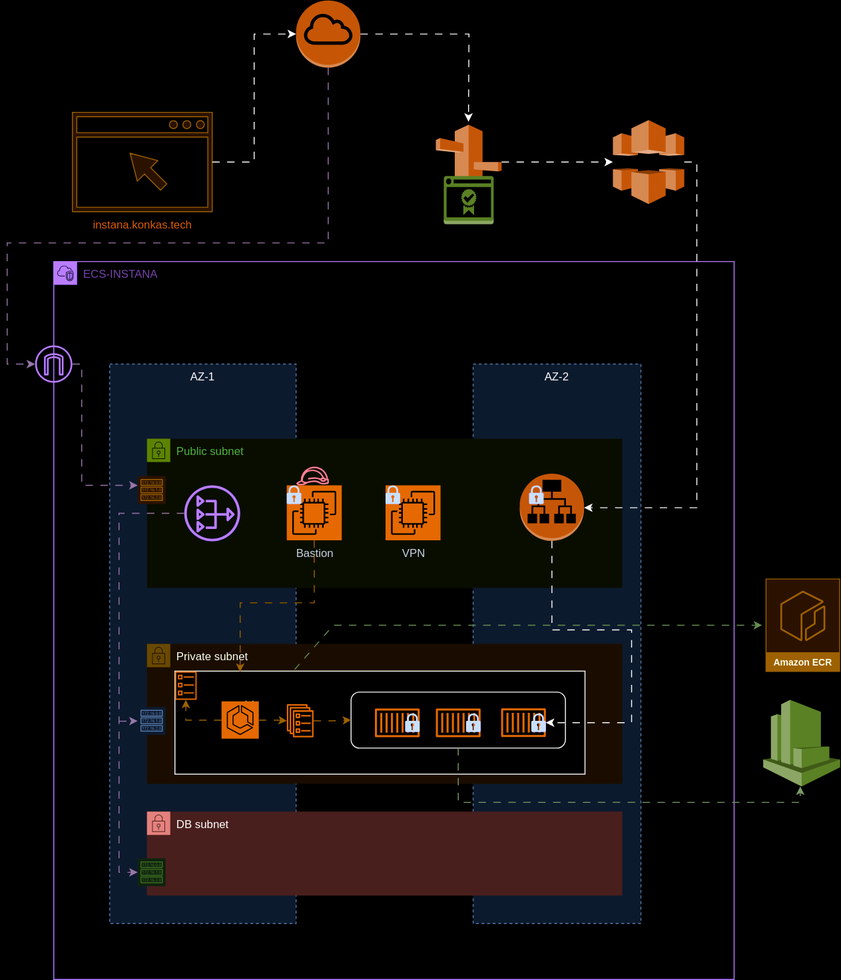
Above: images/infra.drawio.svg in ullagallu123/infra-instana-ecs (draw.io), before the change. Source tidied: cells renumbered, new cells last; positions are measured from the earlier drawing's top-left corner, leaving out a move shared by most shapes.
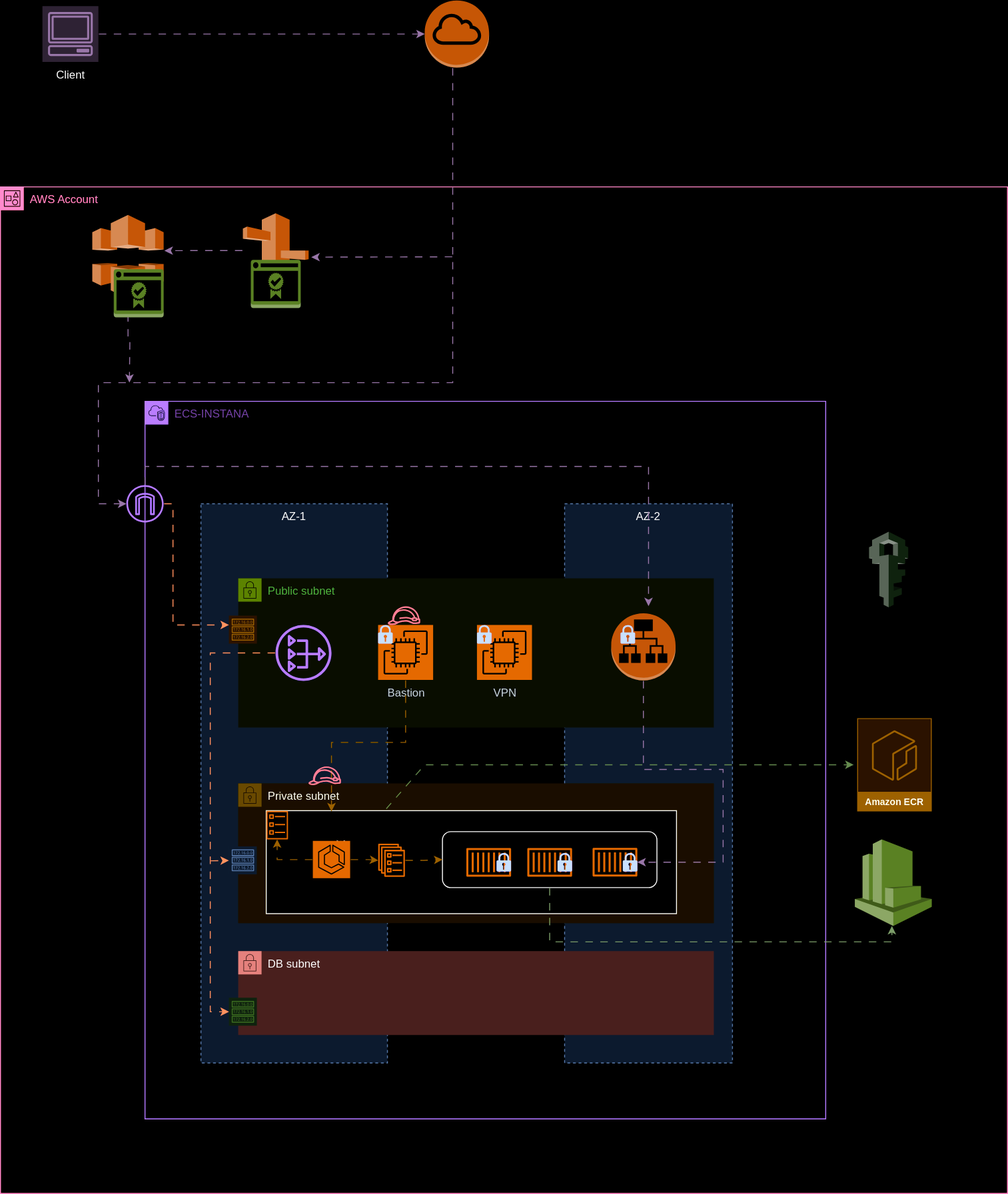
The same file after the commit.

The edit, as a diff of the source:
```diff
@@ -110,7 +110,7 @@
         </Array>
       </mxGeometry>
     </mxCell>
-    <mxCell id="35" style="edgeStyle=orthogonalEdgeStyle;rounded=0;jettySize=auto;html=1;entryX=1;entryY=0.5;entryDx=0;entryDy=0;entryPerimeter=0;flowAnimation=1;fillColor=#dae8fc;strokeColor=#000000;" parent="2" edge="1" source="32" target="20">
+    <mxCell id="35" style="edgeStyle=orthogonalEdgeStyle;rounded=0;jettySize=auto;html=1;entryX=1;entryY=0.5;entryDx=0;entryDy=0;entryPerimeter=0;flowAnimation=1;fillColor=#e1d5e7;strokeColor=#9673a6;" parent="2" edge="1" source="32" target="20">
       <mxGeometry relative="1" as="geometry">
         <Array as="points">
           <mxPoint x="535" y="395" />
@@ -122,7 +122,7 @@
     <mxCell id="36" style="sketch=0;strokeColor=#d79b00;fillColor=#ffe6cc;dashed=0;verticalLabelPosition=bottom;verticalAlign=top;align=center;html=1;fontSize=12;fontStyle=0;shape=mxgraph.aws4.resourceIcon;resIcon=mxgraph.aws4.route_table;" parent="2" vertex="1">
       <mxGeometry x="90" y="230" width="30" height="30" as="geometry" />
     </mxCell>
-    <mxCell id="37" style="edgeStyle=orthogonalEdgeStyle;rounded=0;jettySize=auto;html=1;flowAnimation=1;fillColor=#e1d5e7;strokeColor=#9673a6;" parent="2" edge="1" source="31">
+    <mxCell id="37" style="edgeStyle=orthogonalEdgeStyle;rounded=0;jettySize=auto;html=1;flowAnimation=1;fillColor=#fa6800;strokeColor=#C73500;" parent="2" edge="1" source="31">
       <mxGeometry relative="1" as="geometry">
         <mxPoint x="90" y="240" as="targetPoint" />
         <Array as="points">
@@ -131,7 +131,7 @@
         </Array>
       </mxGeometry>
     </mxCell>
-    <mxCell id="38" style="edgeStyle=orthogonalEdgeStyle;rounded=0;jettySize=auto;html=1;flowAnimation=1;fillColor=#e1d5e7;strokeColor=#9673a6;" parent="2" edge="1" source="11" target="30">
+    <mxCell id="38" style="edgeStyle=orthogonalEdgeStyle;rounded=0;jettySize=auto;html=1;flowAnimation=1;fillColor=#fa6800;strokeColor=#C73500;" parent="2" edge="1" source="11" target="30">
       <mxGeometry relative="1" as="geometry">
         <Array as="points">
           <mxPoint x="70" y="270" />
@@ -139,51 +139,31 @@
         </Array>
       </mxGeometry>
     </mxCell>
-    <mxCell id="39" style="endArrow=classic;html=1;rounded=0;flowAnimation=1;fillColor=#e1d5e7;strokeColor=#9673a6;" parent="2" edge="1" target="28">
+    <mxCell id="39" style="endArrow=classic;html=1;rounded=0;flowAnimation=1;fillColor=#fa6800;strokeColor=#C73500;" parent="2" edge="1" target="28">
       <mxGeometry relative="1" as="geometry">
         <mxPoint x="70" y="493" as="sourcePoint" />
       </mxGeometry>
     </mxCell>
-    <mxCell id="40" style="edgeStyle=orthogonalEdgeStyle;rounded=0;jettySize=auto;html=1;flowAnimation=1;exitX=1;exitY=0.5;exitDx=0;exitDy=0;exitPerimeter=0;fillColor=#dae8fc;strokeColor=#000000;" parent="1" edge="1" source="41" target="32">
-      <mxGeometry relative="1" as="geometry">
-        <Array as="points">
-          <mxPoint x="740" y="173" />
-          <mxPoint x="740" y="544" />
-        </Array>
-      </mxGeometry>
-    </mxCell>
-    <mxCell id="41" style="outlineConnect=0;dashed=0;verticalLabelPosition=bottom;verticalAlign=top;align=center;html=1;shape=mxgraph.aws3.cloudfront;fillColor=#F58536;gradientColor=none;" parent="1" vertex="1">
-      <mxGeometry x="650" y="128.2" width="76.5" height="90" as="geometry" />
-    </mxCell>
-    <mxCell id="42" style="edgeStyle=orthogonalEdgeStyle;rounded=0;jettySize=auto;html=1;flowAnimation=1;fillColor=#dae8fc;strokeColor=#000000;" parent="1" edge="1" source="43" target="41">
-      <mxGeometry relative="1" as="geometry" />
-    </mxCell>
-    <mxCell id="43" style="outlineConnect=0;dashed=0;verticalLabelPosition=bottom;verticalAlign=top;align=center;html=1;shape=mxgraph.aws3.route_53;fillColor=#F58536;gradientColor=none;" parent="1" vertex="1">
-      <mxGeometry x="460" y="133.2" width="70.5" height="80" as="geometry" />
-    </mxCell>
-    <mxCell id="44" value="&lt;font color=&quot;#ff8000&quot;&gt;instana.konkas.tech&lt;/font&gt;" style="sketch=0;shadow=0;dashed=0;html=1;strokeColor=#d79b00;fillColor=#ffe6cc;labelPosition=center;verticalLabelPosition=bottom;verticalAlign=top;align=center;outlineConnect=0;shape=mxgraph.vvd.web_browser;" parent="1" vertex="1">
-      <mxGeometry x="70" y="120" width="150" height="106.5" as="geometry" />
-    </mxCell>
+    <mxCell id="54" style="edgeStyle=orthogonalEdgeStyle;rounded=0;jettySize=auto;html=1;entryX=0.5;entryY=0.183;entryDx=0;entryDy=0;entryPerimeter=0;flowAnimation=1;fillColor=#e1d5e7;strokeColor=#9673a6;" parent="2" edge="1" source="31" target="4">
+      <mxGeometry relative="1" as="geometry">
+        <Array as="points">
+          <mxPoint y="70" />
+          <mxPoint x="540" y="70" />
+        </Array>
+      </mxGeometry>
+    </mxCell>
     <mxCell id="45" style="edgeStyle=orthogonalEdgeStyle;rounded=0;jettySize=auto;html=1;fillColor=#e1d5e7;strokeColor=#9673a6;flowAnimation=1;" parent="1" edge="1" source="46" target="31">
       <mxGeometry relative="1" as="geometry">
         <Array as="points">
-          <mxPoint x="344" y="260" />
+          <mxPoint x="380" y="260" />
           <mxPoint y="260" />
           <mxPoint y="390" />
         </Array>
       </mxGeometry>
     </mxCell>
     <mxCell id="46" style="outlineConnect=0;dashed=0;verticalLabelPosition=bottom;verticalAlign=top;align=center;html=1;shape=mxgraph.aws3.internet_gateway;fillColor=#F58534;gradientColor=none;" parent="1" vertex="1">
-      <mxGeometry x="310" width="69" height="72" as="geometry" />
+      <mxGeometry x="350" y="-150" width="69" height="72" as="geometry" />
     </mxCell>
-    <mxCell id="47" style="edgeStyle=orthogonalEdgeStyle;rounded=0;jettySize=auto;html=1;entryX=0;entryY=0.5;entryDx=0;entryDy=0;entryPerimeter=0;flowAnimation=1;fillColor=#dae8fc;strokeColor=#000000;" parent="1" edge="1" source="44" target="46">
-      <mxGeometry relative="1" as="geometry" />
-    </mxCell>
-    <mxCell id="48" style="edgeStyle=orthogonalEdgeStyle;rounded=0;jettySize=auto;html=1;flowAnimation=1;fillColor=#dae8fc;strokeColor=#000000;" parent="1" edge="1" source="46">
-      <mxGeometry relative="1" as="geometry">
-        <mxPoint x="495" y="130" as="targetPoint" />
-      </mxGeometry>
-    </mxCell>
     <mxCell id="49" style="outlineConnect=0;dashed=0;verticalLabelPosition=bottom;verticalAlign=top;align=center;html=1;shape=mxgraph.aws3.cloudwatch;fillColor=#759C3E;gradientColor=none;" parent="1" vertex="1">
       <mxGeometry x="811.2" y="750" width="82.5" height="93" as="geometry" />
     </mxCell>
@@ -195,9 +175,6 @@
         </Array>
       </mxGeometry>
     </mxCell>
-    <mxCell id="51" style="dashed=0;verticalLabelPosition=bottom;verticalAlign=top;align=center;html=1;shape=mxgraph.aws3.certificate_manager_2;fillColor=#759C3E;gradientColor=none;" parent="1" vertex="1">
-      <mxGeometry x="468.5" y="188.2" width="53.5" height="51.8" as="geometry" />
-    </mxCell>
     <mxCell id="52" value="Amazon ECR" style="sketch=0;strokeColor=#d79b00;fillColor=#ffe6cc;dashed=0;verticalLabelPosition=middle;verticalAlign=bottom;align=center;html=1;whiteSpace=wrap;fontSize=10;fontStyle=1;spacing=3;shape=mxgraph.aws4.productIcon;prIcon=mxgraph.aws4.ecr;" parent="1" vertex="1">
       <mxGeometry x="813.8" y="620" width="80" height="100" as="geometry" />
     </mxCell>
@@ -210,5 +187,45 @@
         </Array>
       </mxGeometry>
     </mxCell>
+    <mxCell id="55" value="AWS Account" style="gradientColor=none;html=1;whiteSpace=wrap;fontSize=12;fontStyle=0;shape=mxgraph.aws4.group;grIcon=mxgraph.aws4.group_account;strokeColor=#CD2264;fillColor=none;verticalAlign=top;align=left;spacingLeft=30;fontColor=#CD2264;dashed=0;" parent="1" vertex="1">
+      <mxGeometry x="-105" y="50" width="1080" height="1080" as="geometry" />
+    </mxCell>
+    <mxCell id="56" style="sketch=0;fontColor=#232F3E;gradientColor=none;fillColor=#DD344C;strokeColor=none;dashed=0;verticalLabelPosition=bottom;verticalAlign=top;align=center;html=1;fontSize=12;fontStyle=0;shape=mxgraph.aws4.role;" parent="55" vertex="1">
+      <mxGeometry x="330" y="621.8" width="35.5" height="20" as="geometry" />
+    </mxCell>
+    <mxCell id="57" style="dashed=0;verticalLabelPosition=bottom;verticalAlign=top;align=center;html=1;shape=mxgraph.aws3.iam;fillColor=#d5e8d4;strokeColor=#82b366;" parent="55" vertex="1">
+      <mxGeometry x="931.5" y="370" width="42" height="81" as="geometry" />
+    </mxCell>
+    <mxCell id="43" style="outlineConnect=0;dashed=0;verticalLabelPosition=bottom;verticalAlign=top;align=center;html=1;shape=mxgraph.aws3.route_53;fillColor=#F58536;gradientColor=none;" parent="55" vertex="1">
+      <mxGeometry x="260" y="28.2" width="70.5" height="80" as="geometry" />
+    </mxCell>
+    <mxCell id="58" style="edgeStyle=orthogonalEdgeStyle;rounded=0;jettySize=auto;html=1;fillColor=#e1d5e7;strokeColor=#9673a6;flowAnimation=1;" parent="55" edge="1" source="41">
+      <mxGeometry relative="1" as="geometry">
+        <mxPoint x="138.2" y="210" as="targetPoint" />
+      </mxGeometry>
+    </mxCell>
+    <mxCell id="41" style="outlineConnect=0;dashed=0;verticalLabelPosition=bottom;verticalAlign=top;align=center;html=1;shape=mxgraph.aws3.cloudfront;fillColor=#F58536;gradientColor=none;" parent="55" vertex="1">
+      <mxGeometry x="98.5" y="30" width="76.5" height="90" as="geometry" />
+    </mxCell>
+    <mxCell id="51" style="dashed=0;verticalLabelPosition=bottom;verticalAlign=top;align=center;html=1;shape=mxgraph.aws3.certificate_manager_2;fillColor=#759C3E;gradientColor=none;" parent="55" vertex="1">
+      <mxGeometry x="268.5" y="78.2" width="53.5" height="51.8" as="geometry" />
+    </mxCell>
+    <mxCell id="59" style="dashed=0;verticalLabelPosition=bottom;verticalAlign=top;align=center;html=1;shape=mxgraph.aws3.certificate_manager_2;fillColor=#759C3E;gradientColor=none;" parent="55" vertex="1">
+      <mxGeometry x="121.5" y="88.2" width="53.5" height="51.8" as="geometry" />
+    </mxCell>
+    <mxCell id="42" style="edgeStyle=orthogonalEdgeStyle;rounded=0;jettySize=auto;html=1;entryX=1.011;entryY=0.427;entryDx=0;entryDy=0;entryPerimeter=0;flowAnimation=1;fillColor=#e1d5e7;strokeColor=#9673a6;" parent="55" edge="1" source="43" target="41">
+      <mxGeometry relative="1" as="geometry" />
+    </mxCell>
+    <mxCell id="60" style="endArrow=classic;html=1;rounded=0;entryX=1.04;entryY=0.589;entryDx=0;entryDy=0;entryPerimeter=0;flowAnimation=1;fillColor=#e1d5e7;strokeColor=#9673a6;" parent="1" edge="1" target="43">
+      <mxGeometry relative="1" as="geometry">
+        <mxPoint x="380" y="125" as="sourcePoint" />
+      </mxGeometry>
+    </mxCell>
+    <mxCell id="61" value="Client" style="sketch=0;outlineConnect=0;strokeColor=#9673a6;fillColor=#e1d5e7;dashed=0;verticalLabelPosition=bottom;verticalAlign=top;align=center;html=1;fontSize=12;fontStyle=0;shape=mxgraph.aws4.resourceIcon;resIcon=mxgraph.aws4.client;" parent="1" vertex="1">
+      <mxGeometry x="-60" y="-144" width="60" height="60" as="geometry" />
+    </mxCell>
+    <mxCell id="62" style="edgeStyle=orthogonalEdgeStyle;rounded=0;jettySize=auto;html=1;entryX=0;entryY=0.5;entryDx=0;entryDy=0;entryPerimeter=0;flowAnimation=1;fillColor=#e1d5e7;strokeColor=#9673a6;" parent="1" edge="1" source="61" target="46">
+      <mxGeometry relative="1" as="geometry" />
+    </mxCell>
   </root>
 </mxGraphModel>
```
